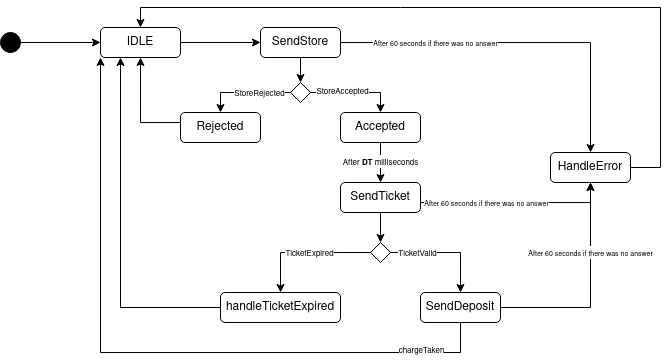
The draw.io diagram Sprint1/unibo.mocktruck/MyUserDocs/resources/images/MockTruckState.drawio.png in LEOB3TA/ColdStorageService-Project, before a commit. Source tidied: cells renumbered, new cells last; positions are measured from the earlier drawing's top-left corner, leaving out a move shared by most shapes. The source it was exported from:
```xml
<mxGraphModel>
  <root>
    <mxCell id="0" />
    <mxCell id="1" parent="0" />
    <mxCell id="2" style="edgeStyle=orthogonalEdgeStyle;rounded=0;jettySize=auto;html=1;entryX=0;entryY=0.5;entryDx=0;entryDy=0;" parent="1" edge="1" source="3" target="5">
      <mxGeometry relative="1" as="geometry" />
    </mxCell>
    <mxCell id="3" style="ellipse;whiteSpace=wrap;html=1;fillColor=#000000;" parent="1" vertex="1">
      <mxGeometry y="25" width="20" height="20" as="geometry" />
    </mxCell>
    <mxCell id="4" style="edgeStyle=orthogonalEdgeStyle;rounded=0;jettySize=auto;html=1;" parent="1" edge="1" source="5" target="9">
      <mxGeometry relative="1" as="geometry" />
    </mxCell>
    <mxCell id="5" value="IDLE" style="rounded=1;whiteSpace=wrap;html=1;" parent="1" vertex="1">
      <mxGeometry x="100" y="20" width="80" height="30" as="geometry" />
    </mxCell>
    <mxCell id="6" style="edgeStyle=orthogonalEdgeStyle;rounded=0;jettySize=auto;html=1;exitX=0.5;exitY=1;exitDx=0;exitDy=0;entryX=0.5;entryY=0;entryDx=0;entryDy=0;" parent="1" edge="1" source="9" target="19">
      <mxGeometry relative="1" as="geometry" />
    </mxCell>
    <mxCell id="7" style="edgeStyle=orthogonalEdgeStyle;rounded=0;jettySize=auto;html=1;" parent="1" edge="1" source="9" target="37">
      <mxGeometry relative="1" as="geometry" />
    </mxCell>
    <mxCell id="8" value="&lt;font style=&quot;font-size: 7px;&quot;&gt;After 60 seconds if there was no answer&lt;/font&gt;" style="edgeLabel;html=1;align=center;verticalAlign=middle;" parent="7" vertex="1">
      <mxGeometry x="-0.48" relative="1" as="geometry" />
    </mxCell>
    <mxCell id="9" value="SendStore" style="rounded=1;whiteSpace=wrap;html=1;" parent="1" vertex="1">
      <mxGeometry x="260" y="20" width="80" height="30" as="geometry" />
    </mxCell>
    <mxCell id="10" style="edgeStyle=orthogonalEdgeStyle;rounded=0;jettySize=auto;html=1;entryX=0.5;entryY=1;entryDx=0;entryDy=0;" parent="1" edge="1" source="11" target="5">
      <mxGeometry relative="1" as="geometry">
        <Array as="points">
          <mxPoint x="140" y="115" />
        </Array>
      </mxGeometry>
    </mxCell>
    <mxCell id="11" value="Rejected" style="rounded=1;whiteSpace=wrap;html=1;" parent="1" vertex="1">
      <mxGeometry x="180" y="105" width="80" height="30" as="geometry" />
    </mxCell>
    <mxCell id="12" style="edgeStyle=orthogonalEdgeStyle;rounded=0;jettySize=auto;html=1;entryX=0.5;entryY=0;entryDx=0;entryDy=0;" parent="1" edge="1" source="14" target="23">
      <mxGeometry relative="1" as="geometry" />
    </mxCell>
    <mxCell id="13" value="&lt;font style=&quot;font-size: 8px;&quot;&gt;After &lt;b&gt;DT &lt;/b&gt;milliseconds&lt;/font&gt;" style="edgeLabel;html=1;align=center;verticalAlign=middle;" parent="12" vertex="1">
      <mxGeometry x="-0.06" relative="1" as="geometry" />
    </mxCell>
    <mxCell id="14" value="Accepted" style="rounded=1;whiteSpace=wrap;html=1;" parent="1" vertex="1">
      <mxGeometry x="340" y="105" width="80" height="30" as="geometry" />
    </mxCell>
    <mxCell id="15" style="edgeStyle=orthogonalEdgeStyle;rounded=0;jettySize=auto;html=1;exitX=1;exitY=0.5;exitDx=0;exitDy=0;entryX=0.5;entryY=0;entryDx=0;entryDy=0;" parent="1" edge="1" source="19" target="14">
      <mxGeometry relative="1" as="geometry" />
    </mxCell>
    <mxCell id="16" value="&lt;font style=&quot;font-size: 8px;&quot;&gt;StoreAccepted&lt;/font&gt;" style="edgeLabel;html=1;align=center;verticalAlign=middle;" parent="15" vertex="1">
      <mxGeometry x="-0.3" y="2" relative="1" as="geometry" />
    </mxCell>
    <mxCell id="17" style="edgeStyle=orthogonalEdgeStyle;rounded=0;jettySize=auto;html=1;entryX=0.5;entryY=0;entryDx=0;entryDy=0;" parent="1" edge="1" source="19" target="11">
      <mxGeometry relative="1" as="geometry" />
    </mxCell>
    <mxCell id="18" value="&lt;font style=&quot;font-size: 8px;&quot;&gt;StoreRejected&lt;/font&gt;" style="edgeLabel;html=1;align=center;verticalAlign=middle;" parent="17" vertex="1">
      <mxGeometry x="-0.32" relative="1" as="geometry" />
    </mxCell>
    <mxCell id="19" style="rhombus;whiteSpace=wrap;html=1;" parent="1" vertex="1">
      <mxGeometry x="290" y="75" width="20" height="20" as="geometry" />
    </mxCell>
    <mxCell id="20" style="edgeStyle=orthogonalEdgeStyle;rounded=0;jettySize=auto;html=1;entryX=0.5;entryY=0;entryDx=0;entryDy=0;" parent="1" edge="1" source="23" target="28">
      <mxGeometry relative="1" as="geometry" />
    </mxCell>
    <mxCell id="21" style="edgeStyle=orthogonalEdgeStyle;rounded=0;jettySize=auto;html=1;exitX=1;exitY=0.5;exitDx=0;exitDy=0;entryX=0.5;entryY=1;entryDx=0;entryDy=0;" parent="1" edge="1" source="23" target="37">
      <mxGeometry relative="1" as="geometry">
        <Array as="points">
          <mxPoint x="420" y="195" />
          <mxPoint x="590" y="195" />
        </Array>
      </mxGeometry>
    </mxCell>
    <mxCell id="22" value="&lt;font style=&quot;font-size: 7px;&quot;&gt;After 60 seconds if there was no answer&lt;/font&gt;" style="edgeLabel;html=1;align=center;verticalAlign=middle;" parent="21" vertex="1">
      <mxGeometry x="-0.28" relative="1" as="geometry" />
    </mxCell>
    <mxCell id="23" value="SendTicket" style="rounded=1;whiteSpace=wrap;html=1;" parent="1" vertex="1">
      <mxGeometry x="340" y="175" width="80" height="30" as="geometry" />
    </mxCell>
    <mxCell id="24" style="edgeStyle=orthogonalEdgeStyle;rounded=0;jettySize=auto;html=1;exitX=1;exitY=0.5;exitDx=0;exitDy=0;entryX=0.5;entryY=0;entryDx=0;entryDy=0;" parent="1" edge="1" source="28" target="35">
      <mxGeometry relative="1" as="geometry" />
    </mxCell>
    <mxCell id="25" value="&lt;font style=&quot;font-size: 8px;&quot;&gt;TicketValid&lt;/font&gt;" style="edgeLabel;html=1;align=center;verticalAlign=middle;" parent="24" vertex="1">
      <mxGeometry x="-0.51" relative="1" as="geometry" />
    </mxCell>
    <mxCell id="26" style="edgeStyle=orthogonalEdgeStyle;rounded=0;jettySize=auto;html=1;exitX=0;exitY=0.5;exitDx=0;exitDy=0;" parent="1" edge="1" source="28" target="30">
      <mxGeometry relative="1" as="geometry" />
    </mxCell>
    <mxCell id="27" value="&lt;font style=&quot;font-size: 8px;&quot;&gt;TicketExpired&lt;/font&gt;" style="edgeLabel;html=1;align=center;verticalAlign=middle;" parent="26" vertex="1">
      <mxGeometry x="-0.06" relative="1" as="geometry" />
    </mxCell>
    <mxCell id="28" style="rhombus;whiteSpace=wrap;html=1;" parent="1" vertex="1">
      <mxGeometry x="370" y="235" width="20" height="20" as="geometry" />
    </mxCell>
    <mxCell id="29" style="edgeStyle=orthogonalEdgeStyle;rounded=0;jettySize=auto;html=1;entryX=0.25;entryY=1;entryDx=0;entryDy=0;" parent="1" edge="1" source="30" target="5">
      <mxGeometry relative="1" as="geometry" />
    </mxCell>
    <mxCell id="30" value="&lt;div&gt;handleTicketExpired&lt;/div&gt;" style="rounded=1;whiteSpace=wrap;html=1;" parent="1" vertex="1">
      <mxGeometry x="220" y="285" width="120" height="30" as="geometry" />
    </mxCell>
    <mxCell id="31" style="edgeStyle=orthogonalEdgeStyle;rounded=0;jettySize=auto;html=1;entryX=0;entryY=1;entryDx=0;entryDy=0;" parent="1" edge="1" source="35" target="5">
      <mxGeometry relative="1" as="geometry">
        <Array as="points">
          <mxPoint x="460" y="345" />
          <mxPoint x="100" y="345" />
        </Array>
      </mxGeometry>
    </mxCell>
    <mxCell id="32" value="&lt;font style=&quot;font-size: 8px;&quot;&gt;chargeTaken&lt;/font&gt;" style="edgeLabel;html=1;align=center;verticalAlign=middle;" parent="31" vertex="1">
      <mxGeometry x="-0.8" y="-3" relative="1" as="geometry" />
    </mxCell>
    <mxCell id="33" style="edgeStyle=orthogonalEdgeStyle;rounded=0;jettySize=auto;html=1;entryX=0.5;entryY=1;entryDx=0;entryDy=0;" parent="1" edge="1" source="35" target="37">
      <mxGeometry relative="1" as="geometry" />
    </mxCell>
    <mxCell id="34" value="&lt;font style=&quot;font-size: 7px;&quot;&gt;After 60 seconds if there was no answer&lt;/font&gt;" style="edgeLabel;html=1;align=center;verticalAlign=middle;" parent="33" vertex="1">
      <mxGeometry x="-0.51" y="-2" relative="1" as="geometry">
        <mxPoint x="37" y="-57" as="offset" />
      </mxGeometry>
    </mxCell>
    <mxCell id="35" value="SendDeposit" style="rounded=1;whiteSpace=wrap;html=1;" parent="1" vertex="1">
      <mxGeometry x="420" y="285" width="80" height="30" as="geometry" />
    </mxCell>
    <mxCell id="36" style="edgeStyle=orthogonalEdgeStyle;rounded=0;jettySize=auto;html=1;entryX=0.5;entryY=0;entryDx=0;entryDy=0;" parent="1" edge="1" source="37" target="5">
      <mxGeometry relative="1" as="geometry">
        <Array as="points">
          <mxPoint x="660" y="160" />
          <mxPoint x="660" />
          <mxPoint x="140" />
        </Array>
      </mxGeometry>
    </mxCell>
    <mxCell id="37" value="&lt;div&gt;HandleError&lt;/div&gt;" style="rounded=1;whiteSpace=wrap;html=1;" parent="1" vertex="1">
      <mxGeometry x="550" y="145" width="80" height="30" as="geometry" />
    </mxCell>
  </root>
</mxGraphModel>
```
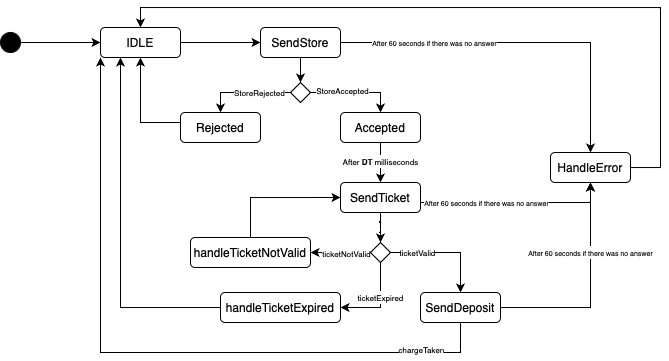
The same file after the commit.

The edit, as a diff of the source:
```diff
@@ -80,15 +80,21 @@
     <mxCell id="24" style="edgeStyle=orthogonalEdgeStyle;rounded=0;jettySize=auto;html=1;exitX=1;exitY=0.5;exitDx=0;exitDy=0;entryX=0.5;entryY=0;entryDx=0;entryDy=0;" parent="1" edge="1" source="28" target="35">
       <mxGeometry relative="1" as="geometry" />
     </mxCell>
-    <mxCell id="25" value="&lt;font style=&quot;font-size: 8px;&quot;&gt;TicketValid&lt;/font&gt;" style="edgeLabel;html=1;align=center;verticalAlign=middle;" parent="24" vertex="1">
+    <mxCell id="25" value="&lt;font style=&quot;font-size: 8px;&quot;&gt;ticketValid&lt;/font&gt;" style="edgeLabel;html=1;align=center;verticalAlign=middle;" parent="24" vertex="1">
       <mxGeometry x="-0.51" relative="1" as="geometry" />
     </mxCell>
-    <mxCell id="26" style="edgeStyle=orthogonalEdgeStyle;rounded=0;jettySize=auto;html=1;exitX=0;exitY=0.5;exitDx=0;exitDy=0;" parent="1" edge="1" source="28" target="30">
+    <mxCell id="26" style="edgeStyle=orthogonalEdgeStyle;rounded=0;jettySize=auto;html=1;entryX=1;entryY=0.5;entryDx=0;entryDy=0;exitX=0.5;exitY=1;exitDx=0;exitDy=0;" parent="1" edge="1" source="28" target="30">
       <mxGeometry relative="1" as="geometry" />
     </mxCell>
-    <mxCell id="27" value="&lt;font style=&quot;font-size: 8px;&quot;&gt;TicketExpired&lt;/font&gt;" style="edgeLabel;html=1;align=center;verticalAlign=middle;" parent="26" vertex="1">
-      <mxGeometry x="-0.06" relative="1" as="geometry" />
-    </mxCell>
+    <mxCell id="38" value="&lt;font style=&quot;font-size: 8px;&quot;&gt;ticketExpired&lt;/font&gt;" style="edgeLabel;html=1;align=center;verticalAlign=middle;" parent="26" vertex="1">
+      <mxGeometry x="-0.19" relative="1" as="geometry" />
+    </mxCell>
+    <mxCell id="39" style="edgeStyle=orthogonalEdgeStyle;rounded=0;jettySize=auto;html=1;exitX=0;exitY=0.5;exitDx=0;exitDy=0;entryX=1;entryY=0.5;entryDx=0;entryDy=0;" parent="1" edge="1" source="28" target="42">
+      <mxGeometry relative="1" as="geometry" />
+    </mxCell>
+    <mxCell id="40" value="&lt;font style=&quot;font-size: 8px;&quot;&gt;ticketNotValid&lt;/font&gt;" style="edgeLabel;html=1;align=center;verticalAlign=middle;" parent="39" vertex="1">
+      <mxGeometry x="-0.19" y="1" relative="1" as="geometry" />
+    </mxCell>
     <mxCell id="28" style="rhombus;whiteSpace=wrap;html=1;" parent="1" vertex="1">
       <mxGeometry x="370" y="235" width="20" height="20" as="geometry" />
     </mxCell>
@@ -132,5 +138,11 @@
     <mxCell id="37" value="&lt;div&gt;HandleError&lt;/div&gt;" style="rounded=1;whiteSpace=wrap;html=1;" parent="1" vertex="1">
       <mxGeometry x="550" y="145" width="80" height="30" as="geometry" />
     </mxCell>
+    <mxCell id="41" style="edgeStyle=orthogonalEdgeStyle;rounded=0;jettySize=auto;html=1;entryX=0;entryY=0.5;entryDx=0;entryDy=0;exitX=0.5;exitY=0;exitDx=0;exitDy=0;" parent="1" edge="1" source="42" target="23">
+      <mxGeometry relative="1" as="geometry" />
+    </mxCell>
+    <mxCell id="42" value="&lt;div&gt;handleTicketNotValid&lt;/div&gt;" style="rounded=1;whiteSpace=wrap;html=1;" parent="1" vertex="1">
+      <mxGeometry x="190" y="230" width="120" height="30" as="geometry" />
+    </mxCell>
   </root>
 </mxGraphModel>
```
